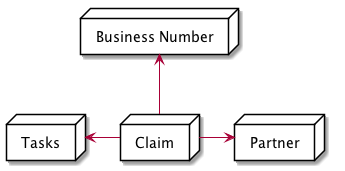
Earlier version of the PlantUML export doc/images/systems.png (fxleloup/microservice-sandbox).
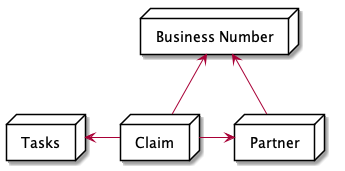
Later version of the same file.

The edit, as a diff of the source:
```diff
@@ -13,6 +13,7 @@
 node "Tasks" as tasks
 
 main -up-> bn
+pdv -up-> bn
 main -right-> pdv
 main -left-> tasks
 @enduml
```
